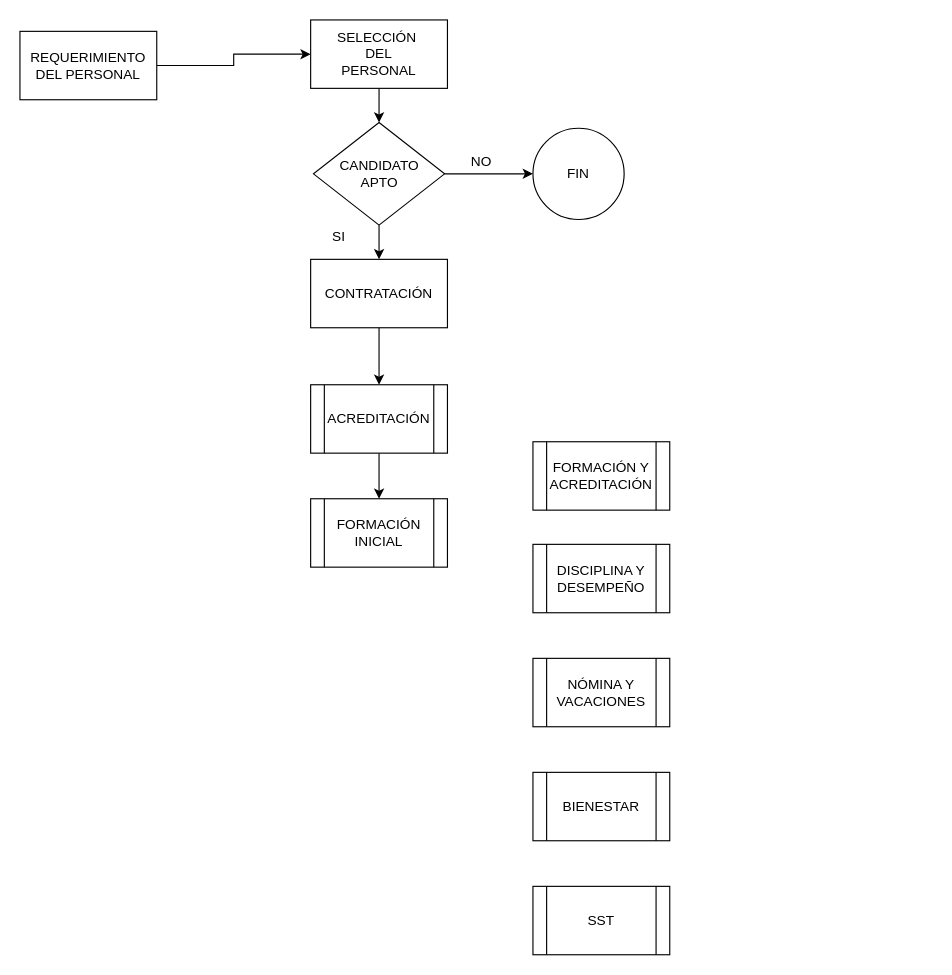
Above: Untitled Diagram.drawio in SeguridadOmega/diagrams (draw.io), before the change. Source tidied: cells renumbered, new cells numbered last; positions are measured from the earlier drawing's top-left corner, leaving out a move shared by most shapes. Both pictures are drawn from the tidied source at 114%, with x=0, y=0 at pixel (19, 19).
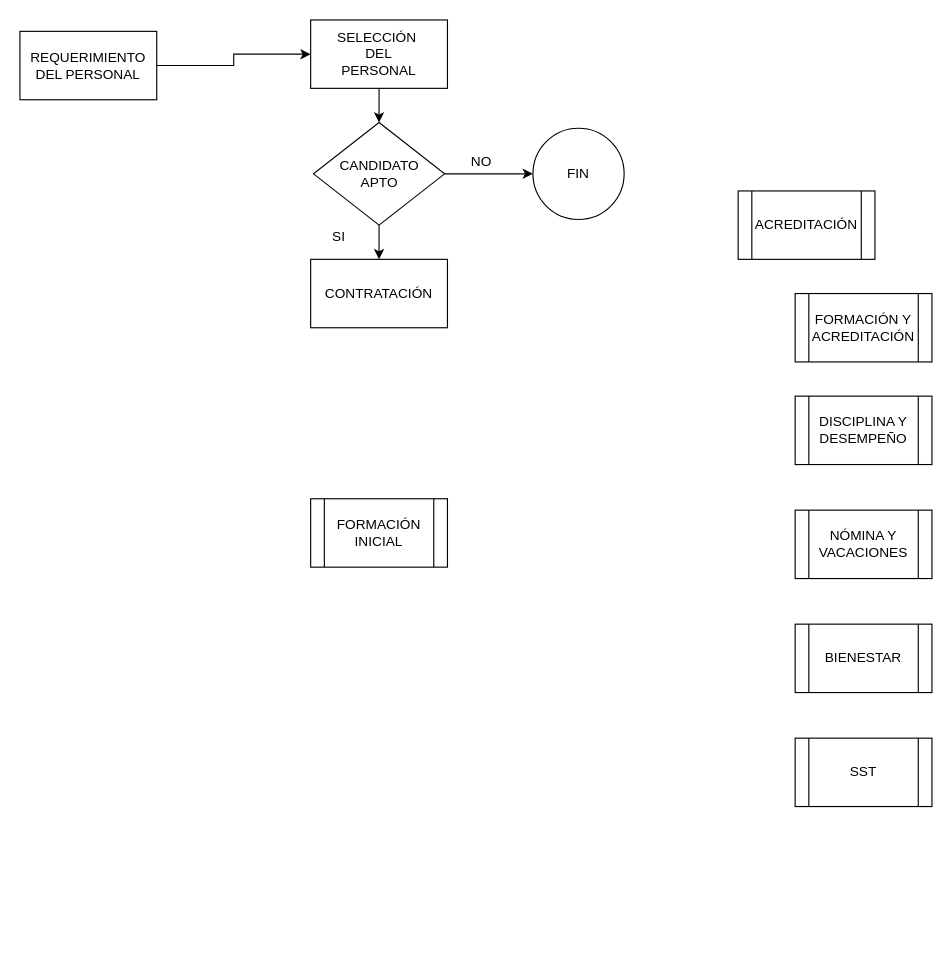
The same page after the edit.

Commit message:
Gestion Humana

Unchanged cells that the change refers to:
```xml
<mxCell id="9" value="CONTRATACIÓN" style="rounded=0;whiteSpace=wrap;html=1;" parent="1" vertex="1">
  <mxGeometry x="255" y="210" width="120" height="60" as="geometry" />
</mxCell>
<mxCell id="16" value="FORMACIÓN&lt;br&gt;INICIAL" style="shape=process;whiteSpace=wrap;html=1;backgroundOutline=1;" parent="1" vertex="1">
  <mxGeometry x="255" y="420" width="120" height="60" as="geometry" />
</mxCell>
```

Diff of the diagram source:
```diff
@@
-    <mxCell id="8" style="edgeStyle=orthogonalEdgeStyle;rounded=0;jettySize=auto;html=1;exitX=0.5;exitY=1;exitDx=0;exitDy=0;" parent="1" edge="1" source="9" target="11">
-      <mxGeometry relative="1" as="geometry" />
-    </mxCell>
@@
-    <mxCell id="10" style="edgeStyle=orthogonalEdgeStyle;rounded=0;jettySize=auto;html=1;exitX=0.5;exitY=1;exitDx=0;exitDy=0;" parent="1" edge="1" source="11" target="16">
-      <mxGeometry relative="1" as="geometry" />
-    </mxCell>
     <mxCell id="11" value="ACREDITACIÓN" style="shape=process;whiteSpace=wrap;html=1;backgroundOutline=1;" parent="1" vertex="1">
-      <mxGeometry x="255" y="320" width="120" height="60" as="geometry" />
+      <mxGeometry x="630" y="150" width="120" height="60" as="geometry" />
     </mxCell>
@@
     <mxCell id="17" value="NÓMINA Y VACACIONES" style="shape=process;whiteSpace=wrap;html=1;backgroundOutline=1;" parent="1" vertex="1">
-      <mxGeometry x="450" y="560" width="120" height="60" as="geometry" />
+      <mxGeometry x="680" y="430" width="120" height="60" as="geometry" />
     </mxCell>
     <mxCell id="18" value="DISCIPLINA Y DESEMPEÑO" style="shape=process;whiteSpace=wrap;html=1;backgroundOutline=1;" parent="1" vertex="1">
-      <mxGeometry x="450" y="460" width="120" height="60" as="geometry" />
+      <mxGeometry x="680" y="330" width="120" height="60" as="geometry" />
     </mxCell>
     <mxCell id="19" value="BIENESTAR" style="shape=process;whiteSpace=wrap;html=1;backgroundOutline=1;" parent="1" vertex="1">
-      <mxGeometry x="450" y="660" width="120" height="60" as="geometry" />
+      <mxGeometry x="680" y="530" width="120" height="60" as="geometry" />
     </mxCell>
     <mxCell id="20" value="SST" style="shape=process;whiteSpace=wrap;html=1;backgroundOutline=1;" parent="1" vertex="1">
-      <mxGeometry x="450" y="760" width="120" height="60" as="geometry" />
+      <mxGeometry x="680" y="630" width="120" height="60" as="geometry" />
     </mxCell>
     <mxCell id="21" value="FORMACIÓN Y ACREDITACIÓN" style="shape=process;whiteSpace=wrap;html=1;backgroundOutline=1;" parent="1" vertex="1">
-      <mxGeometry x="450" y="370" width="120" height="60" as="geometry" />
+      <mxGeometry x="680" y="240" width="120" height="60" as="geometry" />
     </mxCell>
```
